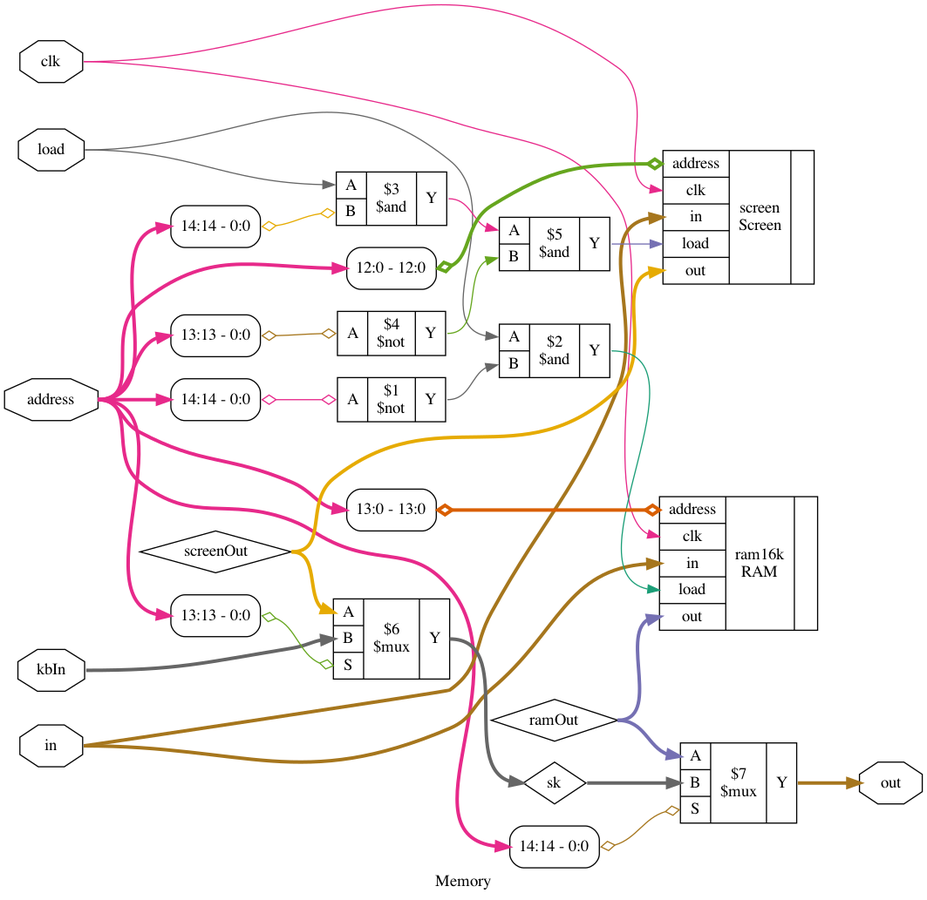
This is diagram/Memory.png from thnam/nand2tetris_verilog, a Graphviz export, as it was before one commit. Its source is kept beside it as diagram/dot/Memory.dot. Its diagram source:
```dot
digraph "Memory" {
label="Memory";
rankdir="LR";
remincross=true;
n6 [ shape=octagon, label="address", color="black", fontcolor="black" ];
n7 [ shape=octagon, label="clk", color="black", fontcolor="black" ];
n8 [ shape=octagon, label="in", color="black", fontcolor="black" ];
n9 [ shape=octagon, label="kbIn", color="black", fontcolor="black" ];
n10 [ shape=octagon, label="load", color="black", fontcolor="black" ];
n11 [ shape=octagon, label="out", color="black", fontcolor="black" ];
n12 [ shape=diamond, label="ramOut", color="black", fontcolor="black" ];
n13 [ shape=diamond, label="screenOut", color="black", fontcolor="black" ];
n14 [ shape=diamond, label="sk", color="black", fontcolor="black" ];
{ rank="source"; n10; n6; n7; n8; n9;}
{ rank="sink"; n11;}
c18 [ shape=record, label="{{<p15> A|<p16> B}|$2\n$and|{<p17> Y}}" ];
c19 [ shape=record, label="{{<p15> A|<p16> B}|$3\n$and|{<p17> Y}}" ];
x0 [ shape=record, style=rounded, label="<s0> 14:14 - 0:0 " ];
x0:e -> c19:p16:w [arrowhead=odiamond, arrowtail=odiamond, dir=both, colorscheme="dark28", color="6", fontcolor="6", label=""];
c20 [ shape=record, label="{{<p15> A|<p16> B}|$5\n$and|{<p17> Y}}" ];
c21 [ shape=record, label="{{<p15> A}|$1\n$not|{<p17> Y}}" ];
x1 [ shape=record, style=rounded, label="<s0> 14:14 - 0:0 " ];
x1:e -> c21:p15:w [arrowhead=odiamond, arrowtail=odiamond, dir=both, colorscheme="dark28", color="4", fontcolor="4", label=""];
c22 [ shape=record, label="{{<p15> A}|$4\n$not|{<p17> Y}}" ];
x2 [ shape=record, style=rounded, label="<s0> 13:13 - 0:0 " ];
x2:e -> c22:p15:w [arrowhead=odiamond, arrowtail=odiamond, dir=both, colorscheme="dark28", color="7", fontcolor="7", label=""];
c24 [ shape=record, label="{{<p15> A|<p16> B|<p23> S}|$6\n$mux|{<p17> Y}}" ];
x3 [ shape=record, style=rounded, label="<s0> 13:13 - 0:0 " ];
x3:e -> c24:p23:w [arrowhead=odiamond, arrowtail=odiamond, dir=both, colorscheme="dark28", color="5", fontcolor="5", label=""];
c25 [ shape=record, label="{{<p15> A|<p16> B|<p23> S}|$7\n$mux|{<p17> Y}}" ];
x4 [ shape=record, style=rounded, label="<s0> 14:14 - 0:0 " ];
x4:e -> c25:p23:w [arrowhead=odiamond, arrowtail=odiamond, dir=both, colorscheme="dark28", color="7", fontcolor="7", label=""];
c26 [ shape=record, label="{{<p6> address|<p7> clk|<p8> in|<p10> load|<p11> out}|ram16k\nRAM|{}}" ];
x5 [ shape=record, style=rounded, label="<s0> 13:0 - 13:0 " ];
x5:e -> c26:p6:w [arrowhead=odiamond, arrowtail=odiamond, dir=both, colorscheme="dark28", color="2", fontcolor="2", style="setlinewidth(3)", label=""];
c27 [ shape=record, label="{{<p6> address|<p7> clk|<p8> in|<p10> load|<p11> out}|screen\nScreen|{}}" ];
x6 [ shape=record, style=rounded, label="<s0> 12:0 - 12:0 " ];
x6:e -> c27:p6:w [arrowhead=odiamond, arrowtail=odiamond, dir=both, colorscheme="dark28", color="5", fontcolor="5", style="setlinewidth(3)", label=""];
c18:p17:e -> c26:p10:w [colorscheme="dark28", color="1", fontcolor="1", label=""];
n10:e -> c18:p15:w [colorscheme="dark28", color="8", fontcolor="8", label=""];
n10:e -> c19:p15:w [colorscheme="dark28", color="8", fontcolor="8", label=""];
c25:p17:e -> n11:w [colorscheme="dark28", color="7", fontcolor="7", style="setlinewidth(3)", label=""];
n12:e -> c25:p15:w [colorscheme="dark28", color="3", fontcolor="3", style="setlinewidth(3)", label=""];
n12:e -> c26:p11:w [colorscheme="dark28", color="3", fontcolor="3", style="setlinewidth(3)", label=""];
n13:e -> c24:p15:w [colorscheme="dark28", color="6", fontcolor="6", style="setlinewidth(3)", label=""];
n13:e -> c27:p11:w [colorscheme="dark28", color="6", fontcolor="6", style="setlinewidth(3)", label=""];
c24:p17:e -> n14:w [colorscheme="dark28", color="8", fontcolor="8", style="setlinewidth(3)", label=""];
n14:e -> c25:p16:w [colorscheme="dark28", color="8", fontcolor="8", style="setlinewidth(3)", label=""];
c19:p17:e -> c20:p15:w [colorscheme="dark28", color="4", fontcolor="4", label=""];
c20:p17:e -> c27:p10:w [colorscheme="dark28", color="3", fontcolor="3", label=""];
c21:p17:e -> c18:p16:w [colorscheme="dark28", color="8", fontcolor="8", label=""];
c22:p17:e -> c20:p16:w [colorscheme="dark28", color="5", fontcolor="5", label=""];
n6:e -> x0:s0:w [colorscheme="dark28", color="4", fontcolor="4", style="setlinewidth(3)", label=""];
n6:e -> x1:s0:w [colorscheme="dark28", color="4", fontcolor="4", style="setlinewidth(3)", label=""];
n6:e -> x2:s0:w [colorscheme="dark28", color="4", fontcolor="4", style="setlinewidth(3)", label=""];
n6:e -> x3:s0:w [colorscheme="dark28", color="4", fontcolor="4", style="setlinewidth(3)", label=""];
n6:e -> x4:s0:w [colorscheme="dark28", color="4", fontcolor="4", style="setlinewidth(3)", label=""];
n6:e -> x5:s0:w [colorscheme="dark28", color="4", fontcolor="4", style="setlinewidth(3)", label=""];
n6:e -> x6:s0:w [colorscheme="dark28", color="4", fontcolor="4", style="setlinewidth(3)", label=""];
n7:e -> c26:p7:w [colorscheme="dark28", color="4", fontcolor="4", label=""];
n7:e -> c27:p7:w [colorscheme="dark28", color="4", fontcolor="4", label=""];
n8:e -> c26:p8:w [colorscheme="dark28", color="7", fontcolor="7", style="setlinewidth(3)", label=""];
n8:e -> c27:p8:w [colorscheme="dark28", color="7", fontcolor="7", style="setlinewidth(3)", label=""];
n9:e -> c24:p16:w [colorscheme="dark28", color="8", fontcolor="8", style="setlinewidth(3)", label=""];
}
```
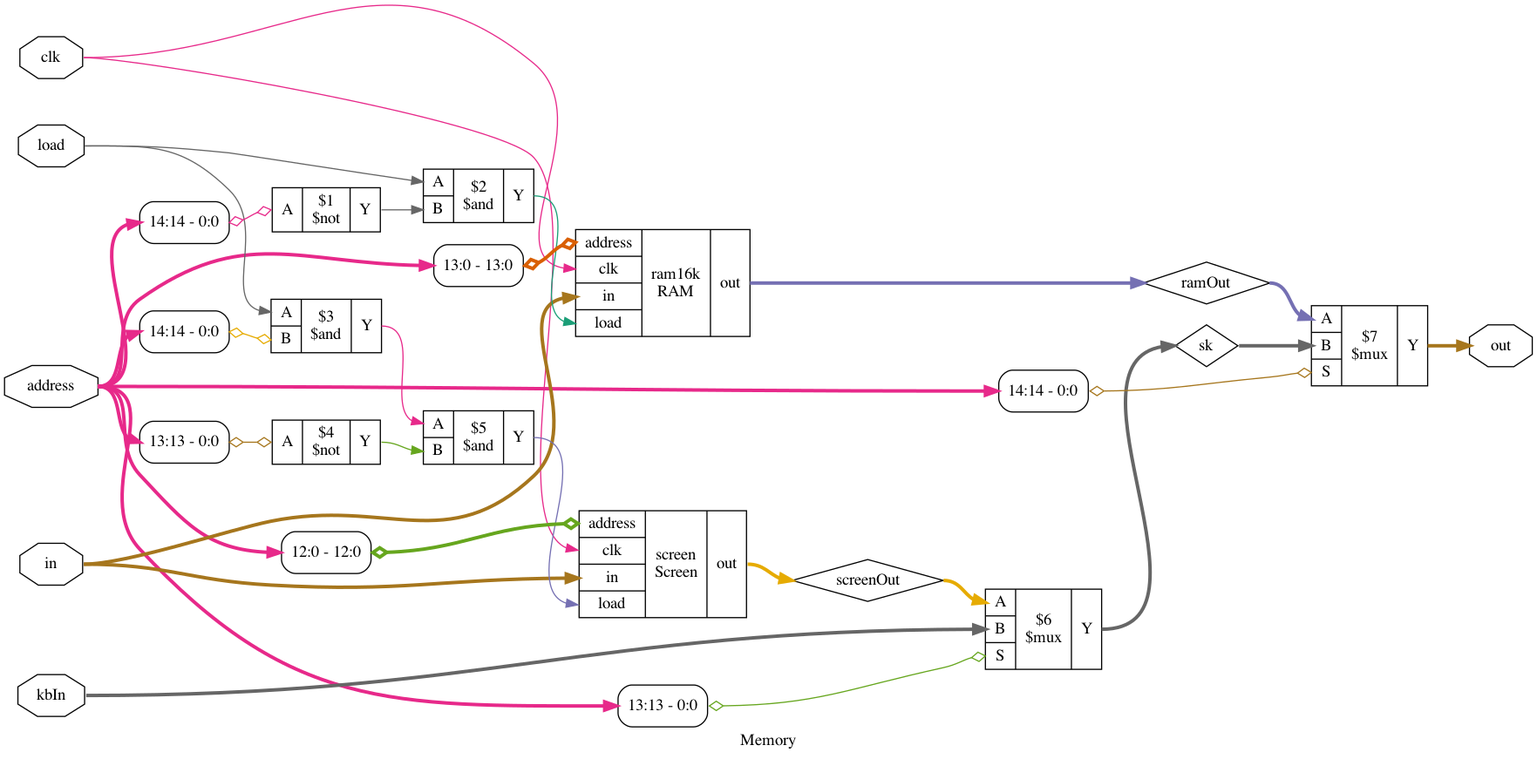
The same diagram one commit later.

Commit message:
better diagram for Memory

Diff of the diagram source:
```diff
@@ -30,20 +30,20 @@
 c25 [ shape=record, label="{{<p15> A|<p16> B|<p23> S}|$7\n$mux|{<p17> Y}}" ];
 x4 [ shape=record, style=rounded, label="<s0> 14:14 - 0:0 " ];
 x4:e -> c25:p23:w [arrowhead=odiamond, arrowtail=odiamond, dir=both, colorscheme="dark28", color="7", fontcolor="7", label=""];
-c26 [ shape=record, label="{{<p6> address|<p7> clk|<p8> in|<p10> load|<p11> out}|ram16k\nRAM|{}}" ];
+c26 [ shape=record, label="{{<p6> address|<p7> clk|<p8> in|<p10> load}|ram16k\nRAM|{<p11> out}}" ];
 x5 [ shape=record, style=rounded, label="<s0> 13:0 - 13:0 " ];
 x5:e -> c26:p6:w [arrowhead=odiamond, arrowtail=odiamond, dir=both, colorscheme="dark28", color="2", fontcolor="2", style="setlinewidth(3)", label=""];
-c27 [ shape=record, label="{{<p6> address|<p7> clk|<p8> in|<p10> load|<p11> out}|screen\nScreen|{}}" ];
+c27 [ shape=record, label="{{<p6> address|<p7> clk|<p8> in|<p10> load}|screen\nScreen|{<p11> out}}" ];
 x6 [ shape=record, style=rounded, label="<s0> 12:0 - 12:0 " ];
 x6:e -> c27:p6:w [arrowhead=odiamond, arrowtail=odiamond, dir=both, colorscheme="dark28", color="5", fontcolor="5", style="setlinewidth(3)", label=""];
 c18:p17:e -> c26:p10:w [colorscheme="dark28", color="1", fontcolor="1", label=""];
 n10:e -> c18:p15:w [colorscheme="dark28", color="8", fontcolor="8", label=""];
 n10:e -> c19:p15:w [colorscheme="dark28", color="8", fontcolor="8", label=""];
 c25:p17:e -> n11:w [colorscheme="dark28", color="7", fontcolor="7", style="setlinewidth(3)", label=""];
+c26:p11:e -> n12:w [colorscheme="dark28", color="3", fontcolor="3", style="setlinewidth(3)", label=""];
 n12:e -> c25:p15:w [colorscheme="dark28", color="3", fontcolor="3", style="setlinewidth(3)", label=""];
-n12:e -> c26:p11:w [colorscheme="dark28", color="3", fontcolor="3", style="setlinewidth(3)", label=""];
+c27:p11:e -> n13:w [colorscheme="dark28", color="6", fontcolor="6", style="setlinewidth(3)", label=""];
 n13:e -> c24:p15:w [colorscheme="dark28", color="6", fontcolor="6", style="setlinewidth(3)", label=""];
-n13:e -> c27:p11:w [colorscheme="dark28", color="6", fontcolor="6", style="setlinewidth(3)", label=""];
 c24:p17:e -> n14:w [colorscheme="dark28", color="8", fontcolor="8", style="setlinewidth(3)", label=""];
 n14:e -> c25:p16:w [colorscheme="dark28", color="8", fontcolor="8", style="setlinewidth(3)", label=""];
 c19:p17:e -> c20:p15:w [colorscheme="dark28", color="4", fontcolor="4", label=""];
```
